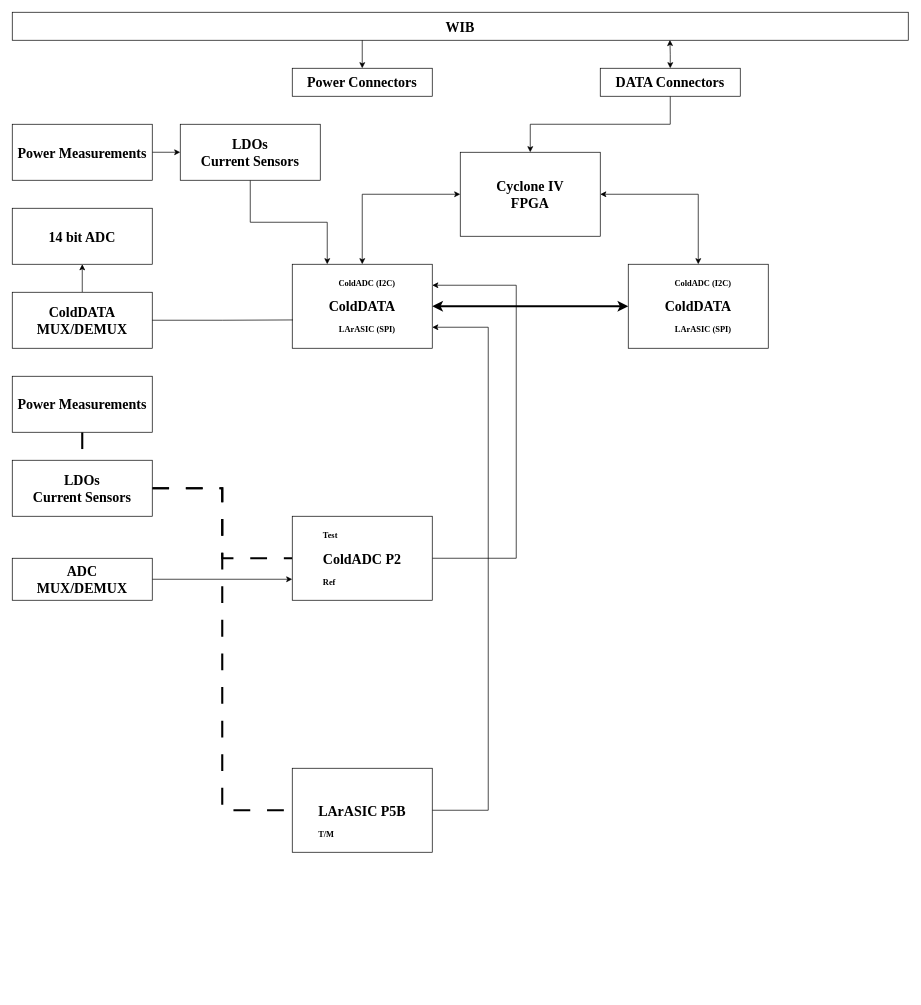
Earlier version of the draw.io diagram DAT.drawio (lkebnl/Draw_IO). Source tidied: cells renumbered, new cells numbered last; positions are measured from the earlier drawing's top-left corner, leaving out a move shared by most shapes. Both pictures are drawn from the tidied source at 70%, with x=0, y=0 at pixel (12, 12).
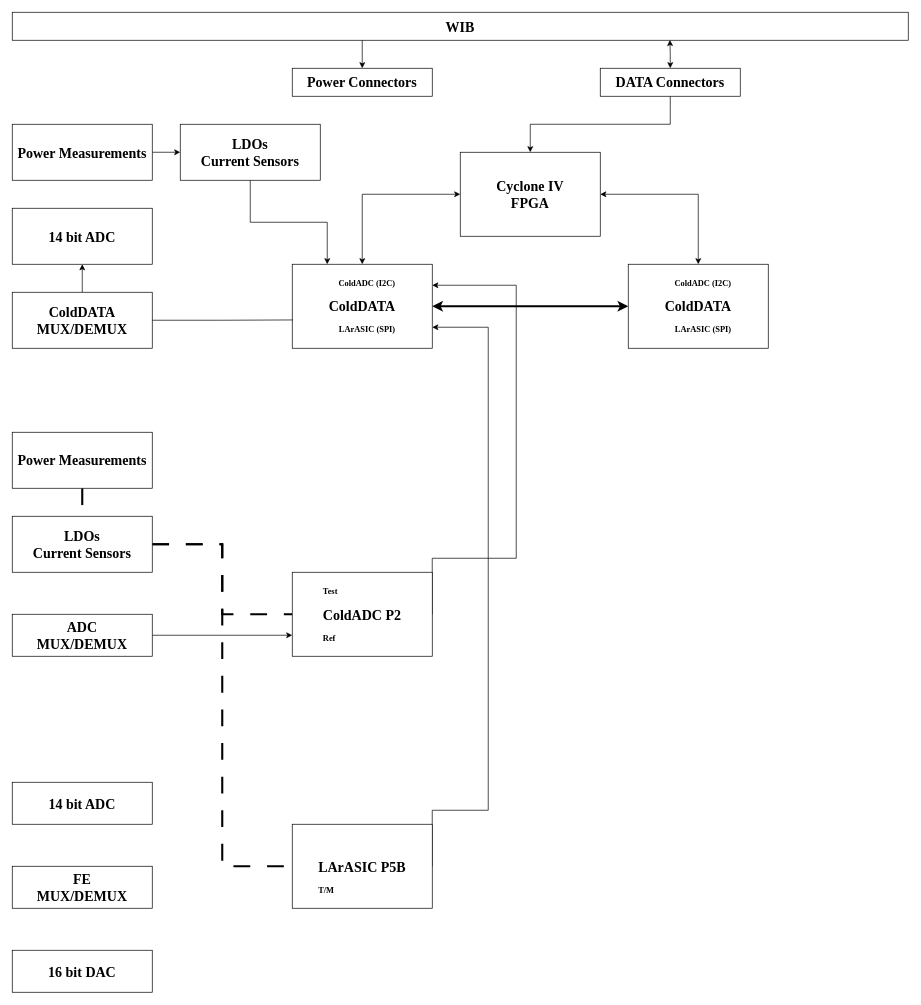
The same diagram, later.

The edit, as a diff of the source:
```diff
@@
     <mxCell id="24" value="LDOs&lt;div&gt;Current Sensors&lt;/div&gt;" style="rounded=0;whiteSpace=wrap;html=1;fontSize=20;fontStyle=1;fontFamily=Times New Roman;" parent="1" vertex="1">
-      <mxGeometry y="640" width="200" height="80" as="geometry" />
+      <mxGeometry y="720" width="200" height="80" as="geometry" />
     </mxCell>
@@
     <mxCell id="26" value="Power Measurements" style="rounded=0;whiteSpace=wrap;html=1;fontSize=20;fontStyle=1;fontFamily=Times New Roman;" parent="1" vertex="1">
-      <mxGeometry y="520" width="200" height="80" as="geometry" />
+      <mxGeometry y="600" width="200" height="80" as="geometry" />
     </mxCell>
@@
     <mxCell id="28" value="&lt;div style=&quot;text-align: left;&quot;&gt;&lt;span style=&quot;background-color: transparent; color: light-dark(rgb(0, 0, 0), rgb(255, 255, 255));&quot;&gt;Test&lt;/span&gt;&lt;/div&gt;&lt;div&gt;&lt;br&gt;&lt;/div&gt;&lt;div&gt;&lt;font style=&quot;font-size: 20px;&quot;&gt;ColdADC P2&lt;/font&gt;&lt;/div&gt;&lt;div&gt;&lt;br&gt;&lt;/div&gt;&lt;div style=&quot;text-align: left;&quot;&gt;Ref&lt;/div&gt;" style="rounded=0;whiteSpace=wrap;html=1;fontSize=12;fontStyle=1;fontFamily=Times New Roman;" parent="1" vertex="1">
-      <mxGeometry x="400" y="720" width="200" height="120" as="geometry" />
+      <mxGeometry x="400" y="800" width="200" height="120" as="geometry" />
     </mxCell>
@@
     <mxCell id="30" value="&lt;div style=&quot;text-align: left;&quot;&gt;&lt;br&gt;&lt;/div&gt;&lt;div&gt;&lt;br&gt;&lt;/div&gt;&lt;div&gt;&lt;font style=&quot;font-size: 20px;&quot;&gt;LArASIC P5B&lt;/font&gt;&lt;/div&gt;&lt;div&gt;&lt;br&gt;&lt;/div&gt;&lt;div style=&quot;text-align: left;&quot;&gt;T/M&lt;/div&gt;" style="rounded=0;whiteSpace=wrap;html=1;fontSize=12;fontStyle=1;fontFamily=Times New Roman;" parent="1" vertex="1">
-      <mxGeometry x="400" y="1080" width="200" height="120" as="geometry" />
+      <mxGeometry x="400" y="1160" width="200" height="120" as="geometry" />
     </mxCell>
@@
     <mxCell id="32" value="ADC&lt;div&gt;MUX/DEMUX&lt;/div&gt;" style="rounded=0;whiteSpace=wrap;html=1;fontSize=20;fontStyle=1;fontFamily=Times New Roman;" parent="1" vertex="1">
-      <mxGeometry y="780" width="200" height="60" as="geometry" />
+      <mxGeometry y="860" width="200" height="60" as="geometry" />
     </mxCell>
+    <mxCell id="33" value="FE&lt;div&gt;MUX/DEMUX&lt;/div&gt;" style="rounded=0;whiteSpace=wrap;html=1;fontSize=20;fontStyle=1;fontFamily=Times New Roman;" parent="1" vertex="1">
+      <mxGeometry y="1220" width="200" height="60" as="geometry" />
+    </mxCell>
+    <mxCell id="34" value="14 bit ADC" style="rounded=0;whiteSpace=wrap;html=1;fontSize=20;fontStyle=1;fontFamily=Times New Roman;" parent="1" vertex="1">
+      <mxGeometry y="1100" width="200" height="60" as="geometry" />
+    </mxCell>
+    <mxCell id="35" value="16 bit DAC" style="rounded=0;whiteSpace=wrap;html=1;fontSize=20;fontStyle=1;fontFamily=Times New Roman;" parent="1" vertex="1">
+      <mxGeometry y="1340" width="200" height="60" as="geometry" />
+    </mxCell>
```
